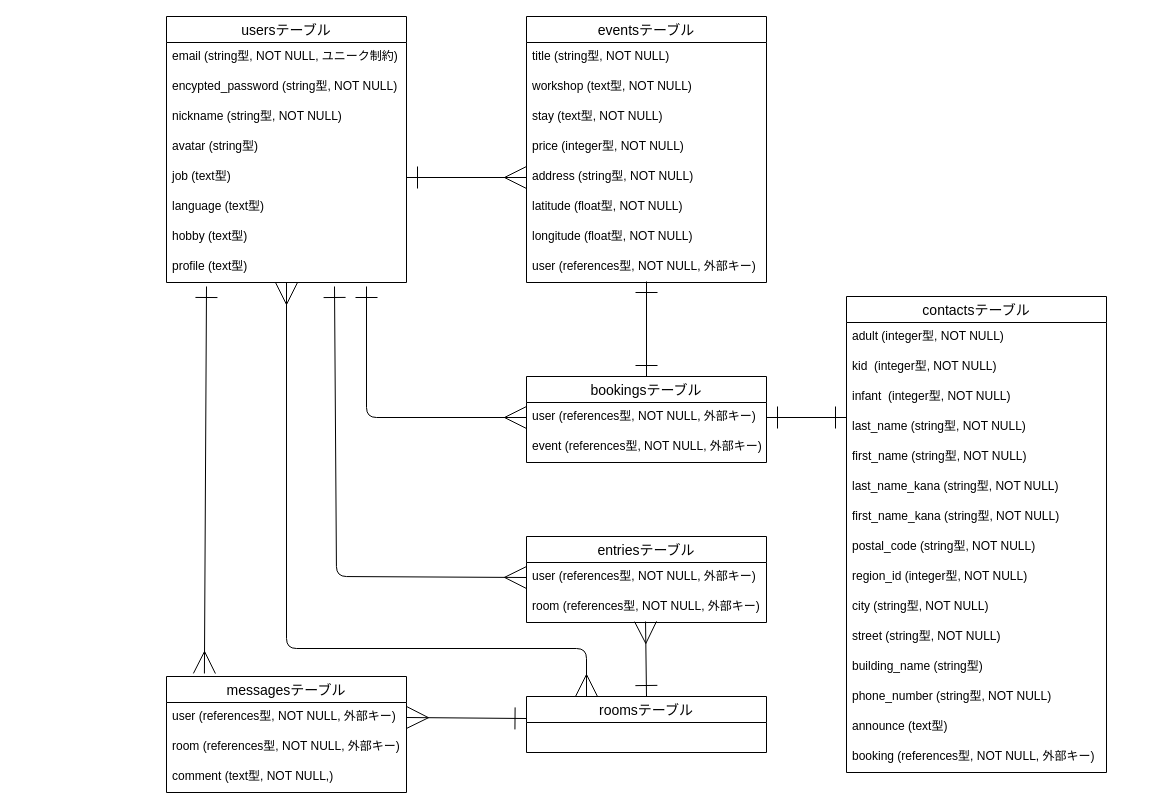
The draw.io diagram naradewa.dio in snkn510/naradewa, before the edit. Source tidied: cells renumbered, new cells numbered last; positions are measured from the earlier drawing's top-left corner, leaving out a move shared by most shapes. Both pictures are drawn from the tidied source at 100%, with x=0, y=0 at pixel (166, 16).
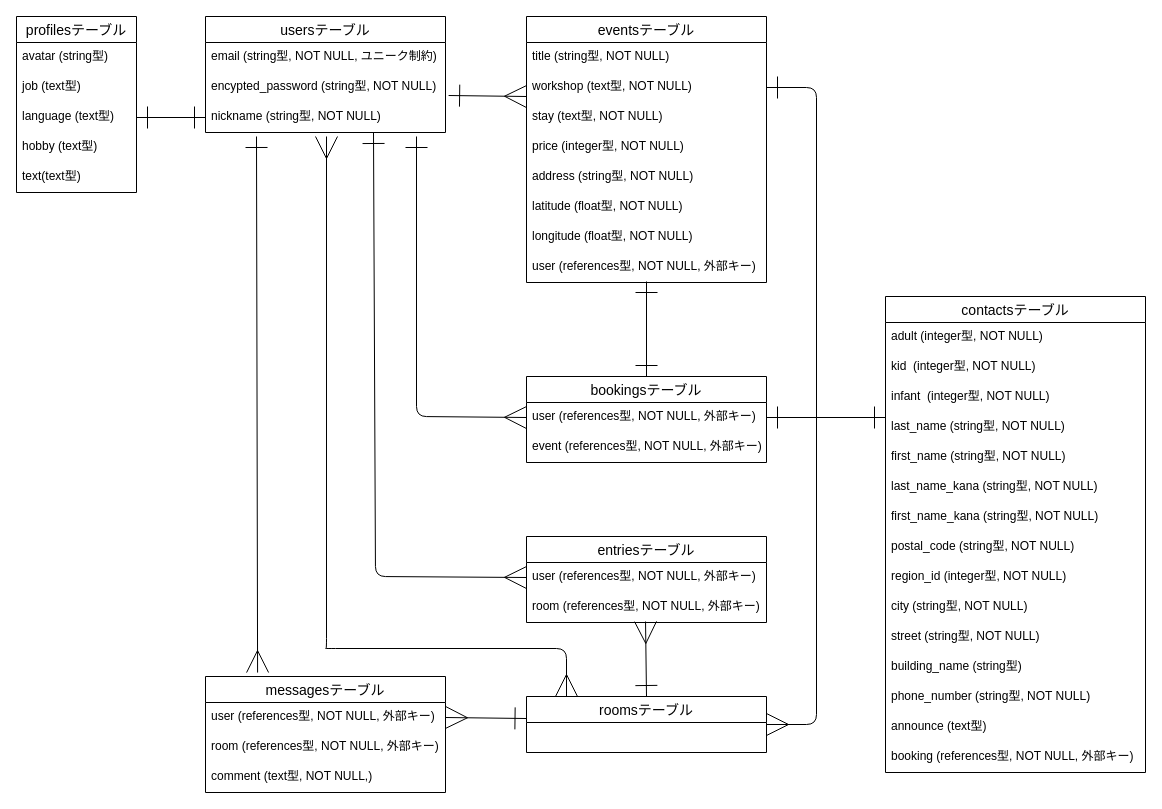
The same diagram, later.

The change refers to these unchanged cells:
```xml
<mxCell id="4" value="encypted_password (string型, NOT NULL)" style="text;strokeColor=none;fillColor=none;spacingLeft=4;spacingRight=4;overflow=hidden;points=[[0,0.5],[1,0.5]];portConstraint=eastwest;fontSize=12;" parent="2" vertex="1">
  <mxGeometry y="56" width="240" height="30" as="geometry" />
</mxCell>
<mxCell id="5" value="nickname (string型, NOT NULL)" style="text;strokeColor=none;fillColor=none;spacingLeft=4;spacingRight=4;overflow=hidden;points=[[0,0.5],[1,0.5]];portConstraint=eastwest;fontSize=12;" parent="2" vertex="1">
  <mxGeometry y="86" width="240" height="30" as="geometry" />
</mxCell>
<mxCell id="13" value="workshop (text型, NOT NULL)&#10; " style="text;strokeColor=none;fillColor=none;spacingLeft=4;spacingRight=4;overflow=hidden;points=[[0,0.5],[1,0.5]];portConstraint=eastwest;fontSize=12;" parent="11" vertex="1">
  <mxGeometry y="56" width="240" height="30" as="geometry" />
</mxCell>
<mxCell id="16" value="address (string型, NOT NULL)" style="text;strokeColor=none;fillColor=none;spacingLeft=4;spacingRight=4;overflow=hidden;points=[[0,0.5],[1,0.5]];portConstraint=eastwest;fontSize=12;" parent="11" vertex="1">
  <mxGeometry y="146" width="240" height="30" as="geometry" />
</mxCell>
<mxCell id="22" value="user (references型, NOT NULL, 外部キー)" style="text;strokeColor=none;fillColor=none;spacingLeft=4;spacingRight=4;overflow=hidden;points=[[0,0.5],[1,0.5]];portConstraint=eastwest;fontSize=12;" parent="21" vertex="1">
  <mxGeometry y="26" width="240" height="30" as="geometry" />
</mxCell>
<mxCell id="29" value="roomsテーブル" style="swimlane;fontStyle=0;horizontal=1;startSize=26;align=center;fontSize=14;" parent="1" vertex="1">
  <mxGeometry x="360" y="680" width="240" height="56" as="geometry" />
</mxCell>
```

Change to the diagram source:
```diff
@@
     <mxCell id="2" value="usersテーブル" style="swimlane;fontStyle=0;horizontal=1;startSize=26;align=center;fontSize=14;" parent="1" vertex="1">
-      <mxGeometry width="240" height="266" as="geometry" />
+      <mxGeometry x="39" width="240" height="116" as="geometry" />
     </mxCell>
@@
-    <mxCell id="6" value="avatar (string型)" style="text;strokeColor=none;fillColor=none;spacingLeft=4;spacingRight=4;overflow=hidden;fontSize=12;" parent="2" vertex="1">
-      <mxGeometry y="116" width="240" height="30" as="geometry" />
-    </mxCell>
-    <mxCell id="7" value="job (text型)" style="text;strokeColor=none;fillColor=none;spacingLeft=4;spacingRight=4;overflow=hidden;points=[[0,0.5],[1,0.5]];portConstraint=eastwest;fontSize=12;" parent="2" vertex="1">
-      <mxGeometry y="146" width="240" height="30" as="geometry" />
-    </mxCell>
-    <mxCell id="8" value="language (text型)" style="text;strokeColor=none;fillColor=none;spacingLeft=4;spacingRight=4;overflow=hidden;points=[[0,0.5],[1,0.5]];portConstraint=eastwest;fontSize=12;" parent="2" vertex="1">
-      <mxGeometry y="176" width="240" height="30" as="geometry" />
-    </mxCell>
-    <mxCell id="9" value="hobby (text型)" style="text;strokeColor=none;fillColor=none;spacingLeft=4;spacingRight=4;overflow=hidden;fontSize=12;" parent="2" vertex="1">
-      <mxGeometry y="206" width="240" height="30" as="geometry" />
-    </mxCell>
-    <mxCell id="10" value="profile (text型)" style="text;strokeColor=none;fillColor=none;spacingLeft=4;spacingRight=4;overflow=hidden;points=[[0,0.5],[1,0.5]];portConstraint=eastwest;fontSize=12;" parent="2" vertex="1">
-      <mxGeometry y="236" width="240" height="30" as="geometry" />
-    </mxCell>
@@
-    <mxCell id="20" style="edgeStyle=none;html=1;entryX=0;entryY=0.5;entryDx=0;entryDy=0;startArrow=ERone;startFill=0;strokeColor=default;endArrow=ERmany;endFill=0;endSize=20;startSize=20;exitX=1;exitY=0.5;exitDx=0;exitDy=0;" parent="1" edge="1" source="7" target="16">
+    <mxCell id="20" style="edgeStyle=none;html=1;entryX=0;entryY=0.8;entryDx=0;entryDy=0;startArrow=ERone;startFill=0;strokeColor=default;endArrow=ERmany;endFill=0;endSize=20;startSize=20;exitX=1.013;exitY=0.767;exitDx=0;exitDy=0;entryPerimeter=0;exitPerimeter=0;" parent="1" edge="1" source="4" target="13">
       <mxGeometry relative="1" as="geometry" />
     </mxCell>
@@
     <mxCell id="24" style="edgeStyle=none;html=1;entryX=0;entryY=0.5;entryDx=0;entryDy=0;endArrow=ERmany;endFill=0;startArrow=ERone;startFill=0;endSize=20;startSize=20;" parent="1" edge="1" target="22">
       <mxGeometry relative="1" as="geometry">
-        <mxPoint x="200" y="270" as="sourcePoint" />
+        <mxPoint x="250" y="120" as="sourcePoint" />
         <Array as="points">
-          <mxPoint x="200" y="401" />
+          <mxPoint x="250" y="400" />
         </Array>
       </mxGeometry>
     </mxCell>
@@
     <mxCell id="30" value="messagesテーブル" style="swimlane;fontStyle=0;horizontal=1;startSize=26;align=center;fontSize=14;" parent="1" vertex="1">
-      <mxGeometry y="660" width="240" height="116" as="geometry" />
+      <mxGeometry x="39" y="660" width="240" height="116" as="geometry" />
     </mxCell>
@@
-    <mxCell id="36" style="edgeStyle=none;html=1;entryX=0.158;entryY=-0.026;entryDx=0;entryDy=0;endArrow=ERmany;endFill=0;startArrow=ERone;startFill=0;endSize=20;startSize=20;entryPerimeter=0;" parent="1" edge="1" target="30">
+    <mxCell id="36" style="edgeStyle=none;html=1;endArrow=ERmany;endFill=0;startArrow=ERone;startFill=0;endSize=20;startSize=20;entryX=0.217;entryY=-0.034;entryDx=0;entryDy=0;entryPerimeter=0;" parent="1" edge="1" target="30">
       <mxGeometry relative="1" as="geometry">
-        <mxPoint x="40" y="270" as="sourcePoint" />
+        <mxPoint x="90" y="120" as="sourcePoint" />
       </mxGeometry>
     </mxCell>
-    <mxCell id="37" style="edgeStyle=none;html=1;entryX=0;entryY=0.5;entryDx=0;entryDy=0;endArrow=ERmany;endFill=0;startArrow=ERone;startFill=0;endSize=20;startSize=20;exitX=0.7;exitY=1.133;exitDx=0;exitDy=0;exitPerimeter=0;" parent="1" edge="1" source="10">
+    <mxCell id="37" style="edgeStyle=none;html=1;endArrow=ERmany;endFill=0;startArrow=ERone;startFill=0;endSize=20;startSize=20;exitX=0.7;exitY=1;exitDx=0;exitDy=0;exitPerimeter=0;" parent="1" edge="1" source="5">
       <mxGeometry relative="1" as="geometry">
         <mxPoint x="360" y="561" as="targetPoint" />
         <Array as="points">
-          <mxPoint x="170" y="560" />
+          <mxPoint x="209" y="560" />
         </Array>
       </mxGeometry>
     </mxCell>
-    <mxCell id="38" style="edgeStyle=orthogonalEdgeStyle;fontSize=12;html=1;endArrow=ERmany;startArrow=ERmany;startSize=20;endSize=20;" parent="1" edge="1" source="10">
+    <mxCell id="38" style="edgeStyle=orthogonalEdgeStyle;fontSize=12;html=1;endArrow=ERmany;startArrow=ERmany;startSize=20;endSize=20;" parent="1" edge="1">
       <mxGeometry relative="1" as="geometry">
-        <mxPoint x="420" y="680" as="targetPoint" />
+        <mxPoint x="160" y="120" as="sourcePoint" />
+        <mxPoint x="400" y="680" as="targetPoint" />
         <Array as="points">
-          <mxPoint x="120" y="632" />
-          <mxPoint x="420" y="632" />
+          <mxPoint x="159" y="632" />
+          <mxPoint x="400" y="632" />
+          <mxPoint x="400" y="680" />
         </Array>
       </mxGeometry>
     </mxCell>
     <mxCell id="39" value="contactsテーブル" style="swimlane;fontStyle=0;horizontal=1;startSize=26;align=center;fontSize=14;" parent="1" vertex="1">
-      <mxGeometry x="680" y="280" width="260" height="476" as="geometry" />
+      <mxGeometry x="719" y="280" width="260" height="476" as="geometry" />
     </mxCell>
@@
+    <mxCell id="56" value="profilesテーブル" style="swimlane;fontStyle=0;horizontal=1;startSize=26;align=center;fontSize=14;" parent="1" vertex="1">
+      <mxGeometry x="-150" width="120" height="176" as="geometry" />
+    </mxCell>
+    <mxCell id="6" value="avatar (string型)" style="text;strokeColor=none;fillColor=none;spacingLeft=4;spacingRight=4;overflow=hidden;fontSize=12;" parent="56" vertex="1">
+      <mxGeometry y="26" width="120" height="30" as="geometry" />
+    </mxCell>
+    <mxCell id="7" value="job (text型)" style="text;strokeColor=none;fillColor=none;spacingLeft=4;spacingRight=4;overflow=hidden;points=[[0,0.5],[1,0.5]];portConstraint=eastwest;fontSize=12;" parent="56" vertex="1">
+      <mxGeometry y="56" width="120" height="30" as="geometry" />
+    </mxCell>
+    <mxCell id="8" value="language (text型)" style="text;strokeColor=none;fillColor=none;spacingLeft=4;spacingRight=4;overflow=hidden;points=[[0,0.5],[1,0.5]];portConstraint=eastwest;fontSize=12;" parent="56" vertex="1">
+      <mxGeometry y="86" width="120" height="30" as="geometry" />
+    </mxCell>
+    <mxCell id="9" value="hobby (text型)" style="text;strokeColor=none;fillColor=none;spacingLeft=4;spacingRight=4;overflow=hidden;fontSize=12;" parent="56" vertex="1">
+      <mxGeometry y="116" width="120" height="30" as="geometry" />
+    </mxCell>
+    <mxCell id="57" value="text(text型)" style="text;strokeColor=none;fillColor=none;spacingLeft=4;spacingRight=4;overflow=hidden;fontSize=12;" parent="56" vertex="1">
+      <mxGeometry y="146" width="120" height="30" as="geometry" />
+    </mxCell>
+    <mxCell id="58" style="edgeStyle=orthogonalEdgeStyle;html=1;exitX=1;exitY=0.5;exitDx=0;exitDy=0;entryX=0;entryY=0.5;entryDx=0;entryDy=0;startArrow=ERone;startFill=0;endArrow=ERone;endFill=0;startSize=20;endSize=20;" parent="1" edge="1" source="8" target="5">
+      <mxGeometry relative="1" as="geometry" />
+    </mxCell>
+    <mxCell id="59" style="edgeStyle=orthogonalEdgeStyle;html=1;exitX=1;exitY=0.5;exitDx=0;exitDy=0;entryX=1;entryY=0.5;entryDx=0;entryDy=0;startArrow=ERone;startFill=0;endArrow=ERmany;endFill=0;startSize=20;endSize=20;" parent="1" edge="1" source="13" target="29">
+      <mxGeometry relative="1" as="geometry">
+        <Array as="points">
+          <mxPoint x="650" y="71" />
+          <mxPoint x="650" y="708" />
+        </Array>
+      </mxGeometry>
+    </mxCell>
```
